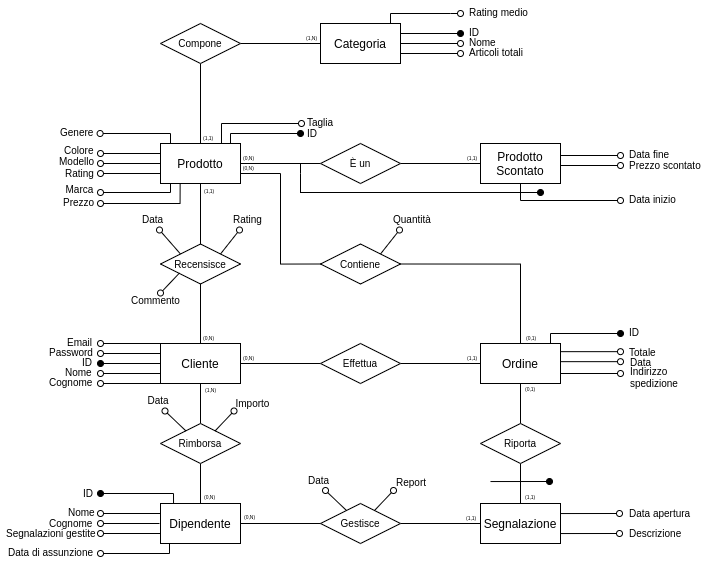
Above: docs/images/schema_finale.png in krosspile/ecommerce_database (draw.io), before the change. Source tidied: cells renumbered, new cells last; positions are measured from the earlier drawing's top-left corner, leaving out a move shared by most shapes.
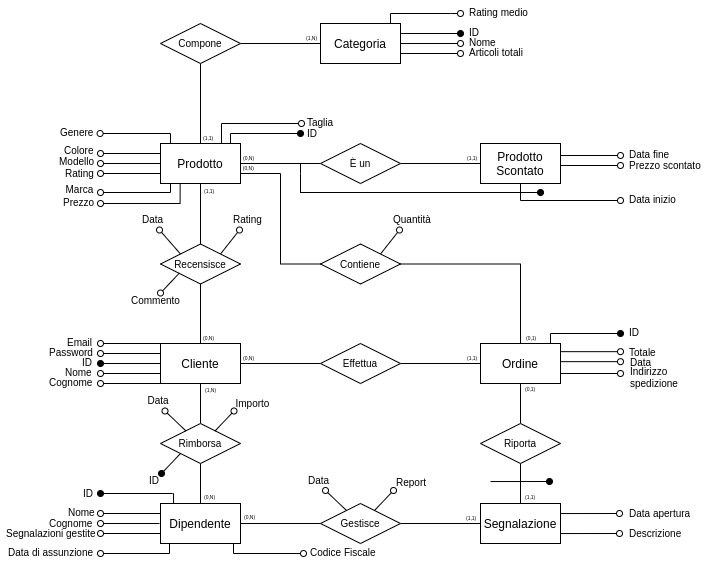
Later version of the same file.

What changed in the source:
```diff
@@ -546,5 +546,27 @@
     <mxCell id="130" value="ID" style="text;strokeColor=none;fillColor=none;spacingLeft=4;spacingRight=4;overflow=hidden;fontSize=10;" parent="1" vertex="1">
       <mxGeometry x="623" y="320" width="46" height="23" as="geometry" />
     </mxCell>
+    <mxCell id="131" style="edgeStyle=orthogonalEdgeStyle;rounded=0;orthogonalLoop=1;jettySize=auto;html=1;exitX=0.75;exitY=1;exitDx=0;exitDy=0;endArrow=oval;endFill=0;" parent="1" edge="1">
+      <mxGeometry relative="1" as="geometry">
+        <mxPoint x="222" y="543" as="sourcePoint" />
+        <mxPoint x="303" y="553" as="targetPoint" />
+        <Array as="points">
+          <mxPoint x="233" y="543" />
+          <mxPoint x="233" y="553" />
+        </Array>
+      </mxGeometry>
+    </mxCell>
+    <mxCell id="132" value="Codice Fiscale" style="text;strokeColor=none;fillColor=none;spacingLeft=4;spacingRight=4;overflow=hidden;fontSize=10;" parent="1" vertex="1">
+      <mxGeometry x="304" y="540" width="118" height="33" as="geometry" />
+    </mxCell>
+    <mxCell id="133" style="endArrow=oval;html=1;rounded=0;sourcePerimeterSpacing=0;targetPerimeterSpacing=0;exitX=1;exitY=0;exitDx=0;exitDy=0;endFill=1;entryX=1;entryY=0;entryDx=0;entryDy=0;" parent="1" edge="1">
+      <mxGeometry relative="1" as="geometry">
+        <mxPoint x="180" y="453" as="sourcePoint" />
+        <mxPoint x="161" y="473" as="targetPoint" />
+      </mxGeometry>
+    </mxCell>
+    <mxCell id="134" value="ID" style="text;strokeColor=none;fillColor=none;spacingLeft=4;spacingRight=4;overflow=hidden;fontSize=10;" parent="1" vertex="1">
+      <mxGeometry x="143" y="467.5" width="30" height="25" as="geometry" />
+    </mxCell>
   </root>
 </mxGraphModel>
```
